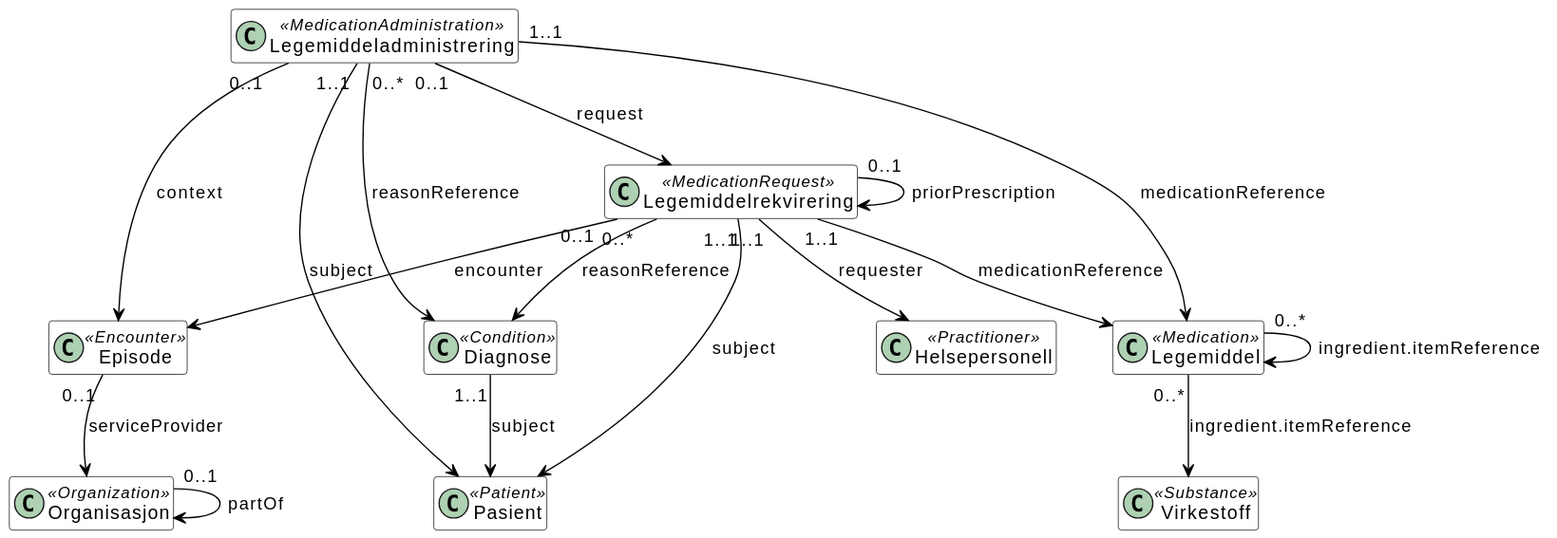
Earlier version of the PlantUML export currentbuild/informasjonsmodell-enkel.svg (folkehelseinstituttet/LMDI). Its diagram source:
```plantuml
@startuml
hide empty members
skinparam class {
    BackgroundColor White
    ArrowColor Black
    BorderColor Black
}

class Diagnose <<Condition>> [[StructureDefinition-lmdi-condition.html Diagnose _blank]]
class Episode <<Encounter>> [[StructureDefinition-lmdi-encounter.html Episode _blank]]
class Helsepersonell <<Practitioner>> [[StructureDefinition-lmdi-practitioner.html Helsepersonell _blank]]
class Legemiddel <<Medication>> [[StructureDefinition-lmdi-medication.html Legemiddel _blank]]
class Legemiddeladministrering <<MedicationAdministration>> [[StructureDefinition-lmdi-medicationadministration.html Legemiddeladministrering _blank]]
class Legemiddelrekvirering <<MedicationRequest>> [[StructureDefinition-lmdi-medicationrequest.html Legemiddelrekvirering _blank]]
class Organisasjon <<Organization>> [[StructureDefinition-lmdi-organization.html Organisasjon _blank]]
class Pasient <<Patient>> [[StructureDefinition-lmdi-patient.html Pasient _blank]]
class Virkestoff <<Substance>> [[StructureDefinition-lmdi-substance.html Virkestoff _blank]]

Diagnose "1..1" --> Pasient : "subject"
Episode "0..1" --> Organisasjon : "serviceProvider"
Legemiddel "0..*" --> Virkestoff : "ingredient.itemReference"
Legemiddel "0..*" --> Legemiddel : "ingredient.itemReference"
Legemiddeladministrering "1..1" --> Legemiddel : "medicationReference"
Legemiddeladministrering "1..1" --> Pasient : "subject"
Legemiddeladministrering "0..1" --> Episode : "context"
Legemiddeladministrering "0..*" --> Diagnose : "reasonReference"
Legemiddeladministrering "0..1" --> Legemiddelrekvirering : "request"
Legemiddelrekvirering "1..1" --> Legemiddel : "medicationReference"
Legemiddelrekvirering "1..1" --> Pasient : "subject"
Legemiddelrekvirering "0..1" --> Episode : "encounter"
Legemiddelrekvirering "1..1" --> Helsepersonell : "requester"
Legemiddelrekvirering "0..*" --> Diagnose : "reasonReference"
Legemiddelrekvirering "0..1" --> Legemiddelrekvirering : "priorPrescription"
Organisasjon "0..1" --> Organisasjon : "partOf"
@enduml
```
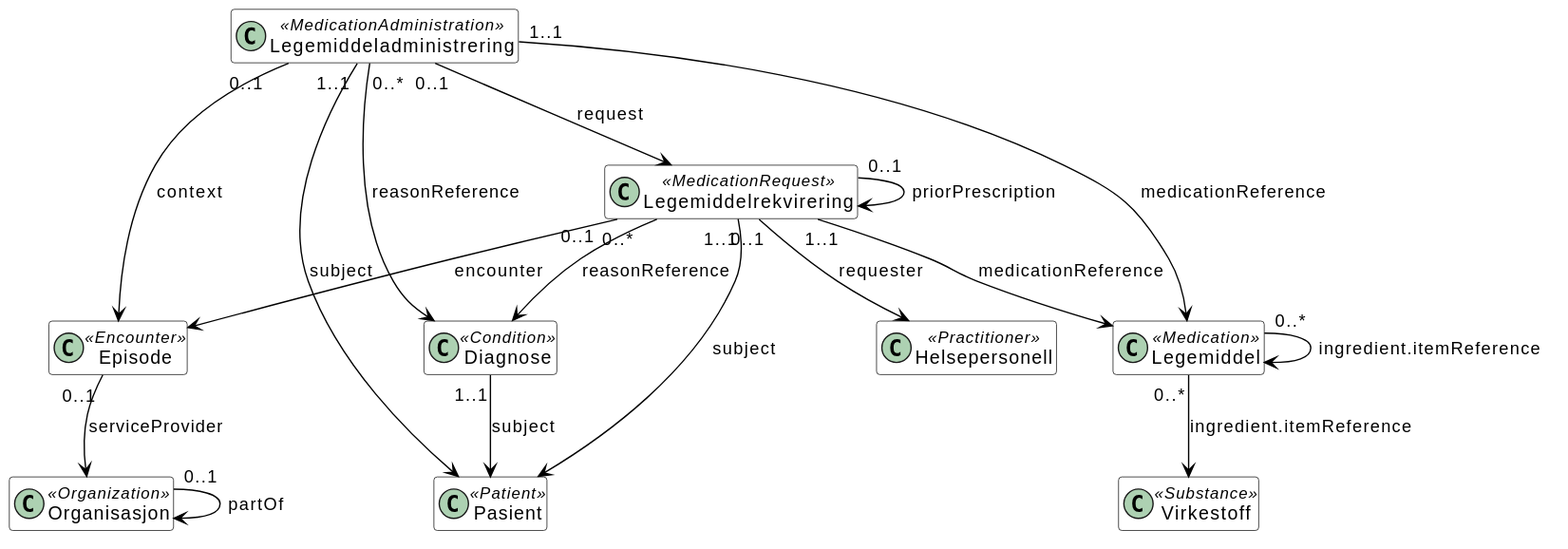
After the change.

What changed in the source:
```diff
@@ -28,7 +28,7 @@
 Legemiddelrekvirering "1..1" --> Legemiddel : "medicationReference"
 Legemiddelrekvirering "1..1" --> Pasient : "subject"
 Legemiddelrekvirering "0..1" --> Episode : "encounter"
-Legemiddelrekvirering "1..1" --> Helsepersonell : "requester"
+Legemiddelrekvirering "0..1" --> Helsepersonell : "requester"
 Legemiddelrekvirering "0..*" --> Diagnose : "reasonReference"
 Legemiddelrekvirering "0..1" --> Legemiddelrekvirering : "priorPrescription"
 Organisasjon "0..1" --> Organisasjon : "partOf"
```
